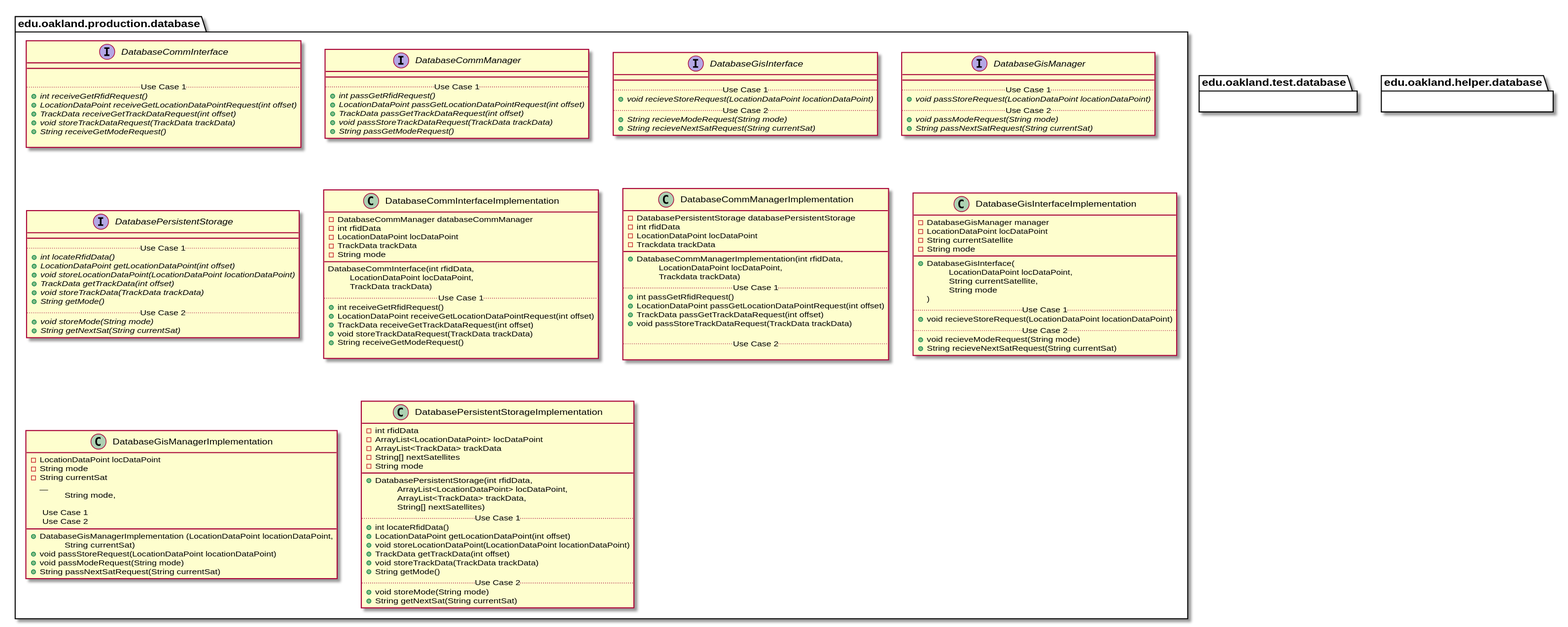
This is docs/uml-class-diagrams/database/DatabasePackages.svg from andrewdimmer/csi-3370-software-project, a PlantUML export, as it was before one commit.
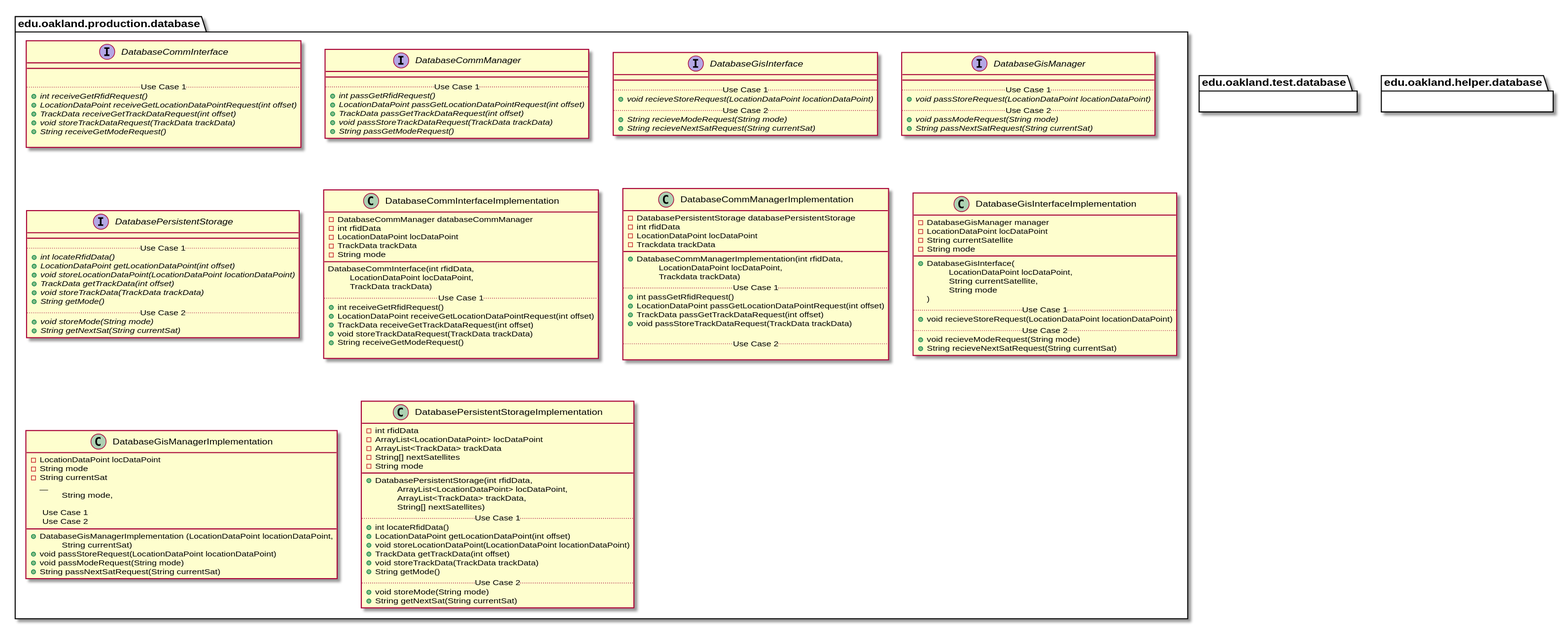
The same file after the commit.

What changed in the source:
```diff
@@ -145,10 +145,10 @@
     	- LocationDataPoint locDataPoint
     	- String mode
     	- String currentSat
-    	        __
+          __
         + DatabaseGisManagerImplementation (LocationDataPoint locationDataPoint,
-        \t String mode,
-        \t String currentSat)
+        \tString mode,
+        \tString currentSat)
 
         .. Use Case 1 ..
         + void passStoreRequest(LocationDataPoint locationDataPoint)
```
